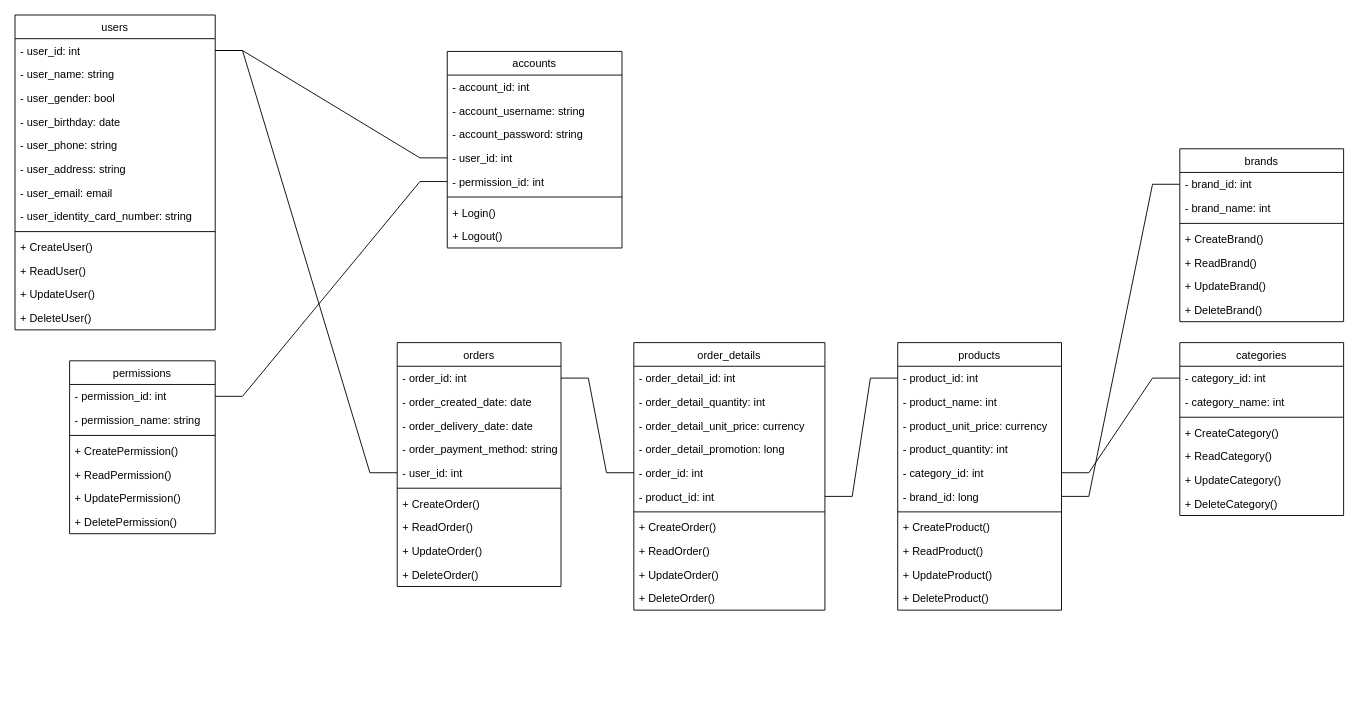
This is documents/class-diagram.drawio from hoatc99/php-ecommerce-website, a draw.io file, before an edit. Source tidied: cells renumbered, new cells numbered last; positions are measured from the earlier drawing's top-left corner, leaving out a move shared by most shapes. Both pictures are drawn from the tidied source at 91%, with x=0, y=0 at pixel (15, 15).
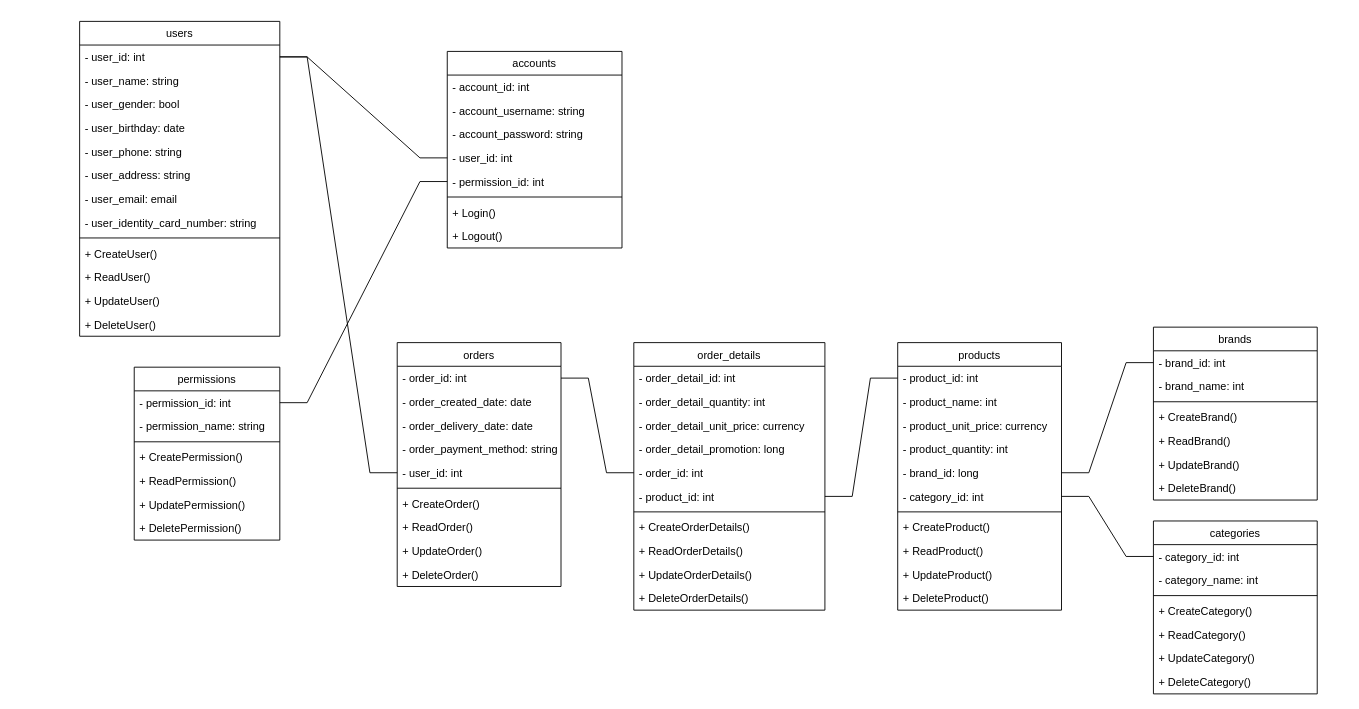
The same page after the edit.

Commit message:
fixed some function's name of entities

The change refers to these unchanged cells:
```xml
<mxCell id="47" value="order_details" style="swimlane;fontStyle=0;align=center;verticalAlign=top;horizontal=1;startSize=26;rounded=0;shadow=0;strokeWidth=1;" parent="1" vertex="1">
  <mxGeometry x="680" y="360" width="210" height="294" as="geometry" />
</mxCell>
<mxCell id="60" value="products" style="swimlane;fontStyle=0;align=center;verticalAlign=top;horizontal=1;startSize=26;rounded=0;shadow=0;strokeWidth=1;" parent="1" vertex="1">
  <mxGeometry x="970" y="360" width="180" height="294" as="geometry" />
</mxCell>
```

Change to the diagram source:
```diff
@@
     <mxCell id="2" value="users" style="swimlane;fontStyle=0;align=center;verticalAlign=top;horizontal=1;startSize=26;rounded=0;shadow=0;strokeWidth=1;" parent="1" vertex="1">
-      <mxGeometry width="220" height="346" as="geometry" />
+      <mxGeometry x="71" y="7" width="220" height="346" as="geometry" />
     </mxCell>
@@
     <mxCell id="17" value="permissions" style="swimlane;fontStyle=0;align=center;verticalAlign=top;horizontal=1;startSize=26;rounded=0;shadow=0;strokeWidth=1;" parent="1" vertex="1">
-      <mxGeometry x="60" y="380" width="160" height="190" as="geometry" />
+      <mxGeometry x="131" y="387" width="160" height="190" as="geometry" />
     </mxCell>
@@
-    <mxCell id="55" value="+ CreateOrder()" style="text;align=left;verticalAlign=top;spacingLeft=4;spacingRight=4;overflow=hidden;" parent="47" vertex="1">
+    <mxCell id="55" value="+ CreateOrderDetails()" style="text;align=left;verticalAlign=top;spacingLeft=4;spacingRight=4;overflow=hidden;" parent="47" vertex="1">
       <mxGeometry y="190" width="210" height="26" as="geometry" />
     </mxCell>
-    <mxCell id="56" value="+ ReadOrder()" style="text;align=left;verticalAlign=top;spacingLeft=4;spacingRight=4;overflow=hidden;" parent="47" vertex="1">
+    <mxCell id="56" value="+ ReadOrderDetails()" style="text;align=left;verticalAlign=top;spacingLeft=4;spacingRight=4;overflow=hidden;" parent="47" vertex="1">
       <mxGeometry y="216" width="210" height="26" as="geometry" />
     </mxCell>
-    <mxCell id="57" value="+ UpdateOrder()" style="text;align=left;verticalAlign=top;spacingLeft=4;spacingRight=4;overflow=hidden;" parent="47" vertex="1">
+    <mxCell id="57" value="+ UpdateOrderDetails()" style="text;align=left;verticalAlign=top;spacingLeft=4;spacingRight=4;overflow=hidden;" parent="47" vertex="1">
       <mxGeometry y="242" width="210" height="26" as="geometry" />
     </mxCell>
-    <mxCell id="58" value="+ DeleteOrder()" style="text;align=left;verticalAlign=top;spacingLeft=4;spacingRight=4;overflow=hidden;" parent="47" vertex="1">
+    <mxCell id="58" value="+ DeleteOrderDetails()" style="text;align=left;verticalAlign=top;spacingLeft=4;spacingRight=4;overflow=hidden;" parent="47" vertex="1">
       <mxGeometry y="268" width="210" height="26" as="geometry" />
     </mxCell>
@@
+    <mxCell id="66" value="- brand_id: long" style="text;align=left;verticalAlign=top;spacingLeft=4;spacingRight=4;overflow=hidden;points=[[0,0.5],[1,0.5]];portConstraint=eastwest;" parent="60" vertex="1">
+      <mxGeometry y="130" width="180" height="26" as="geometry" />
+    </mxCell>
     <mxCell id="65" value="- category_id: int" style="text;align=left;verticalAlign=top;spacingLeft=4;spacingRight=4;overflow=hidden;points=[[0,0.5],[1,0.5]];portConstraint=eastwest;" parent="60" vertex="1">
-      <mxGeometry y="130" width="180" height="26" as="geometry" />
+      <mxGeometry y="156" width="180" height="26" as="geometry" />
     </mxCell>
-    <mxCell id="66" value="- brand_id: long" style="text;align=left;verticalAlign=top;spacingLeft=4;spacingRight=4;overflow=hidden;points=[[0,0.5],[1,0.5]];portConstraint=eastwest;" parent="60" vertex="1">
-      <mxGeometry y="156" width="180" height="26" as="geometry" />
-    </mxCell>
@@
     <mxCell id="73" value="categories" style="swimlane;fontStyle=0;align=center;verticalAlign=top;horizontal=1;startSize=26;rounded=0;shadow=0;strokeWidth=1;" parent="1" vertex="1">
-      <mxGeometry x="1280" y="360" width="180" height="190" as="geometry" />
+      <mxGeometry x="1251" y="556" width="180" height="190" as="geometry" />
     </mxCell>
@@
     <mxCell id="82" value="brands" style="swimlane;fontStyle=0;align=center;verticalAlign=top;horizontal=1;startSize=26;rounded=0;shadow=0;strokeWidth=1;" parent="1" vertex="1">
-      <mxGeometry x="1280" y="147" width="180" height="190" as="geometry" />
+      <mxGeometry x="1251" y="343" width="180" height="190" as="geometry" />
     </mxCell>
```
